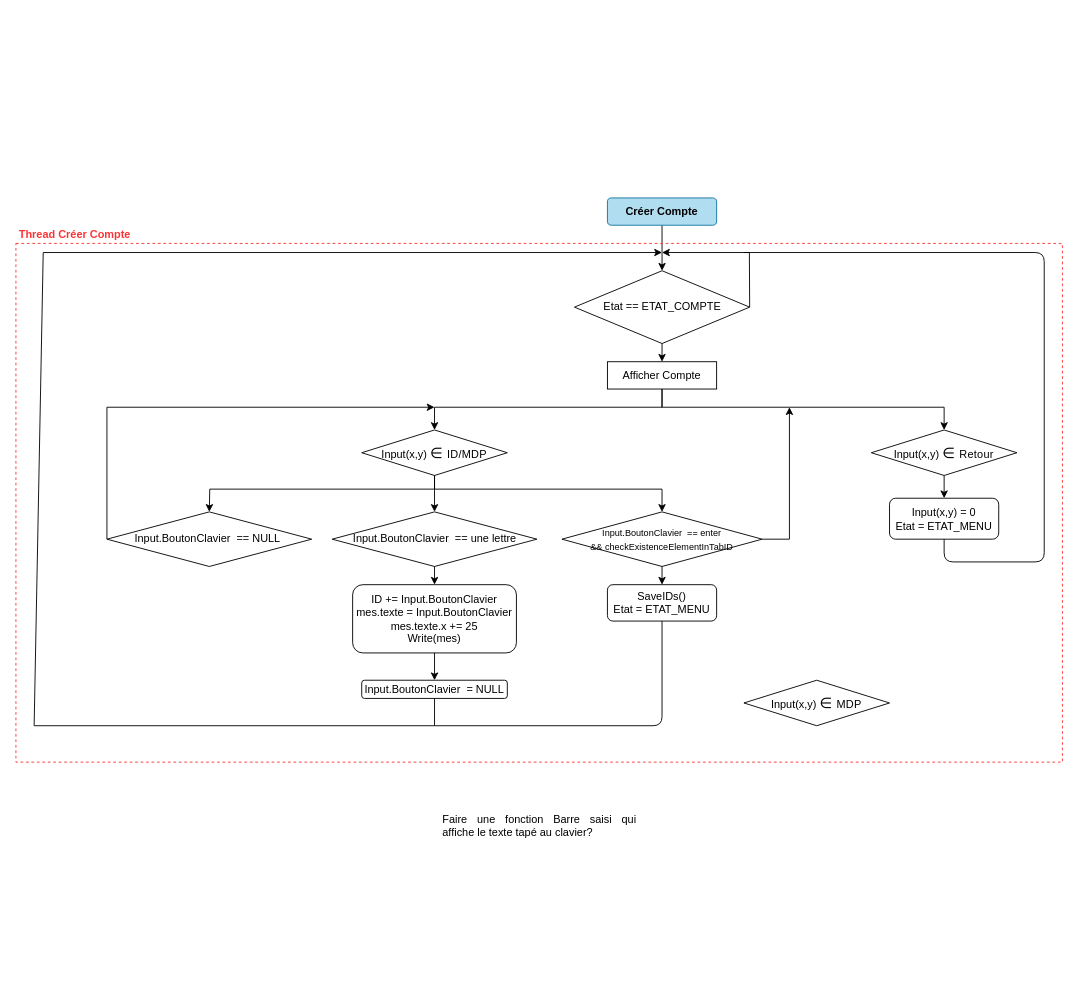
The draw.io diagram page "Créer Compte / Connection Thread" (3 of 6) of AffichageBottle.drawio in lucasmaisonnave/BottleV2, before the edit. Source tidied: cells renumbered, new cells numbered last; positions are measured from the earlier drawing's top-left corner, leaving out a move shared by most shapes. Both pictures are drawn from the tidied source at 91%, with x=0, y=0 at pixel (15, 197).
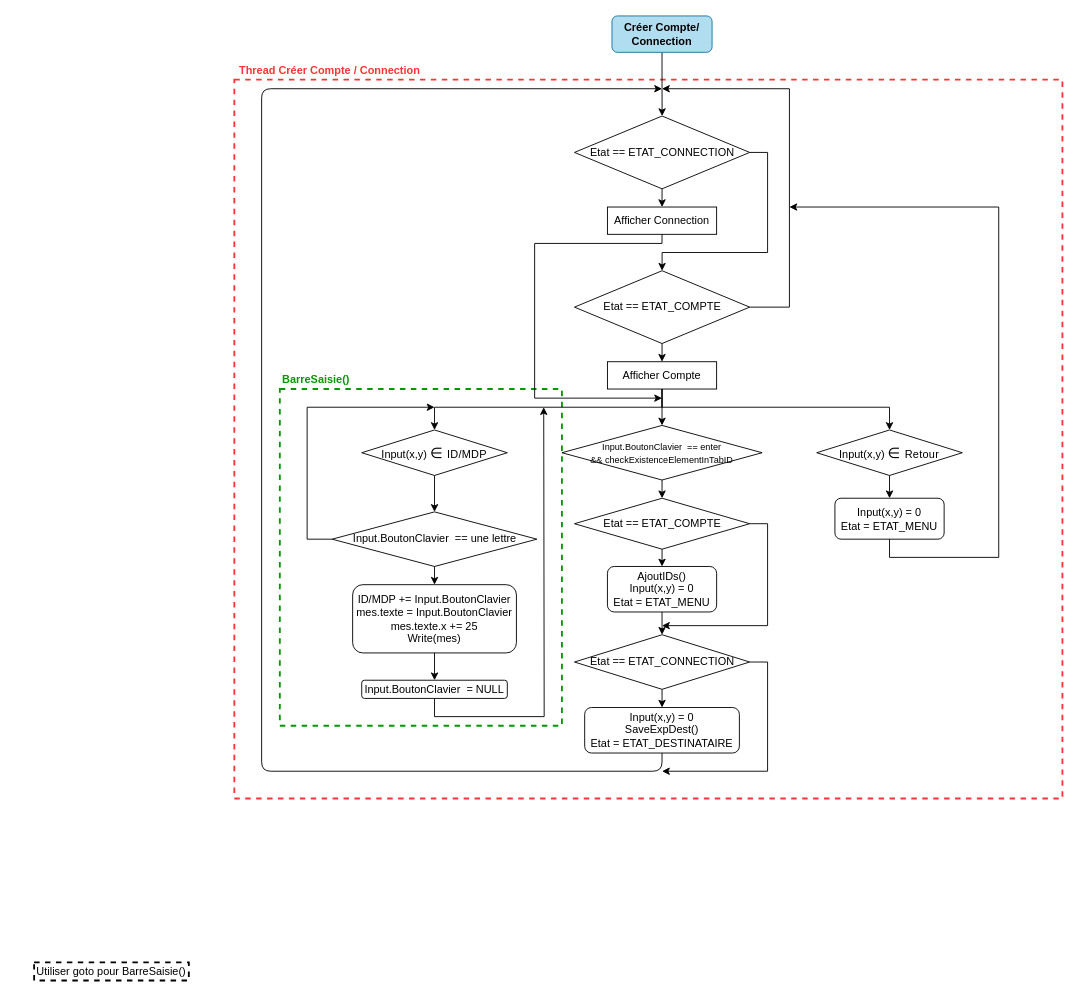
The same diagram, later.

Unchanged cells that the change refers to:
```xml
<mxCell id="5" value="&lt;font color=&quot;#000000&quot;&gt;Etat == ETAT_COMPTE&lt;/font&gt;" style="rhombus;whiteSpace=wrap;html=1;strokeColor=#000000;fillColor=none;gradientColor=none;fontColor=#FF3333;" parent="1" vertex="1">
  <mxGeometry x="613.8" y="80" width="192.5" height="80" as="geometry" />
</mxCell>
<mxCell id="10" value="Afficher Compte" style="rounded=0;whiteSpace=wrap;html=1;strokeColor=#000000;fillColor=none;gradientColor=none;fontColor=#000000;" parent="1" vertex="1">
  <mxGeometry x="650" y="180" width="120" height="30" as="geometry" />
</mxCell>
<mxCell id="19" value="&lt;font color=&quot;#000000&quot;&gt;Input(x,y)&amp;nbsp;&lt;/font&gt;&lt;span style=&quot;color: rgb(0 , 0 , 0) ; font-family: &amp;#34;open sans&amp;#34; ; font-size: 16px ; letter-spacing: 0.3px&quot;&gt;∈ &lt;/span&gt;&lt;span style=&quot;color: rgb(0 , 0 , 0) ; letter-spacing: 0.3px&quot;&gt;&lt;font style=&quot;font-size: 12px&quot;&gt;ID/MDP&lt;/font&gt;&lt;/span&gt;" style="rhombus;whiteSpace=wrap;html=1;strokeColor=#000000;fillColor=none;gradientColor=none;fontColor=#FF3333;" parent="1" vertex="1">
  <mxGeometry x="380" y="255" width="160" height="50" as="geometry" />
</mxCell>
<mxCell id="21" value="&lt;font color=&quot;#000000&quot;&gt;Input.BoutonClavier&amp;nbsp; == une lettre &lt;br&gt;&lt;/font&gt;" style="rhombus;whiteSpace=wrap;html=1;strokeColor=#000000;fillColor=none;gradientColor=none;fontColor=#FF3333;" parent="1" vertex="1">
  <mxGeometry x="347.5" y="345" width="225" height="60" as="geometry" />
</mxCell>
<mxCell id="29" value="Input.BoutonClavier&amp;nbsp; = NULL" style="rounded=1;whiteSpace=wrap;html=1;strokeColor=#000000;fillColor=none;gradientColor=none;fontColor=#000000;" parent="1" vertex="1">
  <mxGeometry x="380" y="530" width="160" height="20" as="geometry" />
</mxCell>
```

Change to the diagram source:
```diff
@@
+    <mxCell id="35" style="whiteSpace=wrap;html=1;dashed=1;fillColor=none;strokeColor=#FF3333;verticalAlign=middle;strokeWidth=2;" parent="1" vertex="1">
+      <mxGeometry x="240" y="-130" width="910" height="790" as="geometry" />
+    </mxCell>
+    <mxCell id="36" style="whiteSpace=wrap;html=1;dashed=1;fillColor=none;strokeColor=#009900;verticalAlign=middle;strokeWidth=2;" parent="1" vertex="1">
+      <mxGeometry x="290" y="210" width="310" height="370" as="geometry" />
+    </mxCell>
-    <mxCell id="2" value="Thread Créer Compte" style="text;html=1;strokeColor=none;fillColor=none;align=center;verticalAlign=middle;whiteSpace=wrap;rounded=0;fontStyle=1;fontColor=#FF3333;" parent="1" vertex="1">
-      <mxGeometry y="30" width="130" height="20" as="geometry" />
+    <mxCell id="2" value="Thread Créer Compte / Connection" style="text;html=1;strokeColor=none;fillColor=none;align=center;verticalAlign=middle;whiteSpace=wrap;rounded=0;fontStyle=1;fontColor=#FF3333;" parent="1" vertex="1">
+      <mxGeometry x="240" y="-150" width="210" height="20" as="geometry" />
     </mxCell>
@@
-    <mxCell id="4" style="edgeStyle=none;rounded=0;jettySize=auto;html=1;exitX=1;exitY=0.5;exitDx=0;exitDy=0;fontColor=#000000;" parent="1" edge="1" source="5">
-      <mxGeometry relative="1" as="geometry">
-        <mxPoint x="710" y="60" as="targetPoint" />
-        <Array as="points">
-          <mxPoint x="806" y="60" />
-        </Array>
-      </mxGeometry>
-    </mxCell>
+    <mxCell id="37" style="edgeStyle=orthogonalEdgeStyle;rounded=0;jettySize=auto;html=1;exitX=1;exitY=0.5;exitDx=0;exitDy=0;" parent="1" edge="1" source="5">
+      <mxGeometry relative="1" as="geometry">
+        <mxPoint x="710" y="-120" as="targetPoint" />
+        <Array as="points">
+          <mxPoint x="850" y="120" />
+          <mxPoint x="850" y="-120" />
+        </Array>
+      </mxGeometry>
+    </mxCell>
@@
-    <mxCell id="6" style="edgeStyle=none;rounded=0;jettySize=auto;html=1;exitX=0.5;exitY=1;exitDx=0;exitDy=0;entryX=0.5;entryY=0;entryDx=0;entryDy=0;fontColor=#000000;" parent="1" edge="1" source="7" target="5">
-      <mxGeometry relative="1" as="geometry" />
-    </mxCell>
+    <mxCell id="38" style="edgeStyle=orthogonalEdgeStyle;rounded=0;jettySize=auto;html=1;exitX=0.5;exitY=1;exitDx=0;exitDy=0;" parent="1" edge="1" source="7" target="49">
+      <mxGeometry relative="1" as="geometry" />
+    </mxCell>
-    <mxCell id="7" value="&lt;font color=&quot;#000000&quot;&gt;Créer Compte&lt;/font&gt;" style="rounded=1;whiteSpace=wrap;html=1;strokeColor=#10739e;fillColor=#b1ddf0;fontStyle=1;" parent="1" vertex="1">
-      <mxGeometry x="650" width="120" height="30" as="geometry" />
+    <mxCell id="7" value="&lt;font color=&quot;#000000&quot;&gt;Créer Compte/&lt;br&gt;Connection&lt;/font&gt;" style="rounded=1;whiteSpace=wrap;html=1;strokeColor=#10739e;fillColor=#b1ddf0;fontStyle=1;" parent="1" vertex="1">
+      <mxGeometry x="655" y="-200" width="110" height="40" as="geometry" />
     </mxCell>
@@
     <mxCell id="9" style="edgeStyle=none;rounded=0;jettySize=auto;html=1;exitX=0.5;exitY=1;exitDx=0;exitDy=0;entryX=0.5;entryY=0;entryDx=0;entryDy=0;fontColor=#000000;" parent="1" edge="1" source="10" target="12">
       <mxGeometry relative="1" as="geometry">
         <Array as="points">
           <mxPoint x="710" y="230" />
-          <mxPoint x="1020" y="230" />
+          <mxPoint x="960" y="230" />
         </Array>
       </mxGeometry>
     </mxCell>
+    <mxCell id="39" style="edgeStyle=orthogonalEdgeStyle;rounded=0;jettySize=auto;html=1;exitX=0.5;exitY=1;exitDx=0;exitDy=0;entryX=0.5;entryY=0;entryDx=0;entryDy=0;" parent="1" edge="1" source="10" target="26">
+      <mxGeometry relative="1" as="geometry" />
+    </mxCell>
@@
     <mxCell id="12" value="&lt;font color=&quot;#000000&quot;&gt;Input(x,y)&amp;nbsp;&lt;/font&gt;&lt;span style=&quot;color: rgb(0 , 0 , 0) ; font-family: &amp;#34;open sans&amp;#34; ; font-size: 16px ; letter-spacing: 0.3px&quot;&gt;∈ &lt;/span&gt;&lt;span style=&quot;color: rgb(0 , 0 , 0) ; letter-spacing: 0.3px&quot;&gt;&lt;font style=&quot;font-size: 12px&quot;&gt;Retour&lt;/font&gt;&lt;/span&gt;" style="rhombus;whiteSpace=wrap;html=1;strokeColor=#000000;fillColor=none;gradientColor=none;fontColor=#FF3333;" parent="1" vertex="1">
-      <mxGeometry x="940" y="255" width="160" height="50" as="geometry" />
+      <mxGeometry x="880" y="255" width="160" height="50" as="geometry" />
     </mxCell>
+    <mxCell id="40" style="edgeStyle=orthogonalEdgeStyle;rounded=0;jettySize=auto;html=1;exitX=0.5;exitY=1;exitDx=0;exitDy=0;" parent="1" edge="1" source="13">
+      <mxGeometry relative="1" as="geometry">
+        <mxPoint x="850" y="10" as="targetPoint" />
+        <Array as="points">
+          <mxPoint x="960" y="395" />
+          <mxPoint x="1080" y="395" />
+          <mxPoint x="1080" y="10" />
+        </Array>
+      </mxGeometry>
+    </mxCell>
     <mxCell id="13" value="Input(x,y) = 0&lt;br&gt;Etat = ETAT_MENU" style="rounded=1;whiteSpace=wrap;html=1;strokeColor=#000000;fillColor=none;gradientColor=none;fontColor=#000000;" parent="1" vertex="1">
-      <mxGeometry x="960" y="330" width="120" height="45" as="geometry" />
+      <mxGeometry x="900" y="330" width="120" height="45" as="geometry" />
     </mxCell>
-    <mxCell id="14" value="&lt;div style=&quot;text-align: justify&quot;&gt;Faire une fonction Barre saisi qui affiche le texte tapé au clavier?&lt;/div&gt;" style="text;html=1;strokeColor=none;fillColor=none;align=center;verticalAlign=middle;whiteSpace=wrap;rounded=0;fontColor=#000000;" parent="1" vertex="1">
-      <mxGeometry x="467.5" y="630" width="215" height="120" as="geometry" />
-    </mxCell>
-    <mxCell id="15" value="&lt;font color=&quot;#000000&quot;&gt;Input(x,y)&amp;nbsp;&lt;/font&gt;&lt;span style=&quot;color: rgb(0 , 0 , 0) ; font-family: &amp;#34;open sans&amp;#34; ; font-size: 16px ; letter-spacing: 0.3px&quot;&gt;∈ &lt;/span&gt;&lt;span style=&quot;color: rgb(0 , 0 , 0) ; letter-spacing: 0.3px&quot;&gt;&lt;font style=&quot;font-size: 12px&quot;&gt;MDP&lt;/font&gt;&lt;/span&gt;" style="rhombus;whiteSpace=wrap;html=1;strokeColor=#000000;fillColor=none;gradientColor=none;fontColor=#FF3333;" parent="1" vertex="1">
-      <mxGeometry x="800" y="530" width="160" height="50" as="geometry" />
-    </mxCell>
@@
-    <mxCell id="17" style="edgeStyle=none;rounded=0;jettySize=auto;html=1;exitX=0.5;exitY=1;exitDx=0;exitDy=0;entryX=0.5;entryY=0;entryDx=0;entryDy=0;fontColor=#000000;" parent="1" edge="1" source="19" target="26">
-      <mxGeometry relative="1" as="geometry">
-        <Array as="points">
-          <mxPoint x="460" y="320" />
-          <mxPoint x="710" y="320" />
-        </Array>
-      </mxGeometry>
-    </mxCell>
-    <mxCell id="18" style="edgeStyle=none;rounded=0;jettySize=auto;html=1;exitX=0.5;exitY=1;exitDx=0;exitDy=0;entryX=0.5;entryY=0;entryDx=0;entryDy=0;fontColor=#000000;" parent="1" edge="1" source="19" target="31">
-      <mxGeometry relative="1" as="geometry">
-        <Array as="points">
-          <mxPoint x="460" y="320" />
-          <mxPoint x="213" y="320" />
-        </Array>
-      </mxGeometry>
-    </mxCell>
@@
-    <mxCell id="23" value="ID += Input.BoutonClavier&lt;br&gt;mes.texte = Input.BoutonClavier&lt;br&gt;mes.texte.x += 25&lt;br&gt;Write(mes)" style="rounded=1;whiteSpace=wrap;html=1;strokeColor=#000000;fillColor=none;gradientColor=none;fontColor=#000000;align=center;" parent="1" vertex="1">
+    <mxCell id="23" value="ID/MDP += Input.BoutonClavier&lt;br&gt;mes.texte = Input.BoutonClavier&lt;br&gt;mes.texte.x += 25&lt;br&gt;Write(mes)" style="rounded=1;whiteSpace=wrap;html=1;strokeColor=#000000;fillColor=none;gradientColor=none;fontColor=#000000;align=center;" parent="1" vertex="1">
       <mxGeometry x="370" y="425" width="180" height="75" as="geometry" />
     </mxCell>
-    <mxCell id="24" style="edgeStyle=none;rounded=0;jettySize=auto;html=1;exitX=0.5;exitY=1;exitDx=0;exitDy=0;entryX=0.5;entryY=0;entryDx=0;entryDy=0;fontColor=#000000;" parent="1" edge="1" source="26" target="27">
-      <mxGeometry relative="1" as="geometry" />
-    </mxCell>
-    <mxCell id="25" style="edgeStyle=none;rounded=0;jettySize=auto;html=1;exitX=1;exitY=0.5;exitDx=0;exitDy=0;fontColor=#000000;" parent="1" edge="1" source="26">
-      <mxGeometry relative="1" as="geometry">
-        <mxPoint x="850" y="230" as="targetPoint" />
-        <Array as="points">
-          <mxPoint x="850" y="375" />
-        </Array>
-      </mxGeometry>
-    </mxCell>
+    <mxCell id="41" style="edgeStyle=orthogonalEdgeStyle;rounded=0;jettySize=auto;html=1;exitX=0.5;exitY=1;exitDx=0;exitDy=0;entryX=0.5;entryY=0;entryDx=0;entryDy=0;" parent="1" edge="1" source="26" target="57">
+      <mxGeometry relative="1" as="geometry" />
+    </mxCell>
     <mxCell id="26" value="&lt;font style=&quot;font-size: 10px&quot;&gt;&lt;font color=&quot;#000000&quot;&gt;Input.BoutonClavier&amp;nbsp; == enter&lt;br&gt;&amp;amp;&amp;amp;&amp;nbsp;&lt;/font&gt;&lt;span&gt;&lt;font color=&quot;#000000&quot;&gt;checkExistenceElementInTabID&lt;/font&gt;&lt;/span&gt;&lt;/font&gt;&lt;font color=&quot;#000000&quot;&gt;&lt;br&gt;&lt;/font&gt;" style="rhombus;whiteSpace=wrap;html=1;strokeColor=#000000;fillColor=none;gradientColor=none;fontColor=#FF3333;" parent="1" vertex="1">
-      <mxGeometry x="600" y="345" width="220" height="60" as="geometry" />
+      <mxGeometry x="600" y="250" width="220" height="60" as="geometry" />
     </mxCell>
+    <mxCell id="42" style="edgeStyle=orthogonalEdgeStyle;rounded=0;jettySize=auto;html=1;exitX=0.5;exitY=1;exitDx=0;exitDy=0;entryX=0.5;entryY=0;entryDx=0;entryDy=0;" parent="1" edge="1" source="27" target="54">
+      <mxGeometry relative="1" as="geometry" />
+    </mxCell>
-    <mxCell id="27" value="SaveIDs()&lt;br&gt;Etat = ETAT_MENU" style="rounded=1;whiteSpace=wrap;html=1;strokeColor=#000000;fillColor=none;gradientColor=none;fontColor=#000000;" parent="1" vertex="1">
-      <mxGeometry x="650" y="425" width="120" height="40" as="geometry" />
+    <mxCell id="27" value="AjoutIDs()&lt;br&gt;Input(x,y) = 0&lt;br&gt;Etat = ETAT_MENU" style="rounded=1;whiteSpace=wrap;html=1;strokeColor=#000000;fillColor=none;gradientColor=none;fontColor=#000000;" parent="1" vertex="1">
+      <mxGeometry x="650" y="405" width="120" height="50" as="geometry" />
     </mxCell>
-    <mxCell id="28" style="edgeStyle=none;rounded=0;jettySize=auto;html=1;exitX=0.5;exitY=1;exitDx=0;exitDy=0;fontColor=#000000;" parent="1" edge="1" source="29">
-      <mxGeometry relative="1" as="geometry">
-        <mxPoint x="710" y="60" as="targetPoint" />
-        <Array as="points">
-          <mxPoint x="460" y="580" />
-          <mxPoint x="20" y="580" />
-          <mxPoint x="30" y="60" />
-        </Array>
-      </mxGeometry>
-    </mxCell>
+    <mxCell id="43" style="edgeStyle=orthogonalEdgeStyle;rounded=0;jettySize=auto;html=1;exitX=0.5;exitY=1;exitDx=0;exitDy=0;" parent="1" edge="1" source="29">
+      <mxGeometry relative="1" as="geometry">
+        <mxPoint x="580" y="230" as="targetPoint" />
+      </mxGeometry>
+    </mxCell>
@@
-    <mxCell id="30" style="edgeStyle=none;rounded=0;jettySize=auto;html=1;exitX=0;exitY=0.5;exitDx=0;exitDy=0;fontColor=#000000;" parent="1" edge="1" source="31">
+    <mxCell id="30" style="edgeStyle=none;rounded=0;jettySize=auto;html=1;exitX=0;exitY=0.5;exitDx=0;exitDy=0;fontColor=#000000;" parent="1" edge="1" source="21">
       <mxGeometry relative="1" as="geometry">
         <mxPoint x="460" y="230" as="targetPoint" />
         <Array as="points">
-          <mxPoint x="100" y="230" />
+          <mxPoint x="320" y="375" />
+          <mxPoint x="320" y="230" />
         </Array>
       </mxGeometry>
     </mxCell>
-    <mxCell id="31" value="&lt;font color=&quot;#000000&quot;&gt;Input.BoutonClavier&amp;nbsp; == NULL&amp;nbsp;&lt;br&gt;&lt;/font&gt;" style="rhombus;whiteSpace=wrap;html=1;strokeColor=#000000;fillColor=none;gradientColor=none;fontColor=#FF3333;" parent="1" vertex="1">
-      <mxGeometry x="100" y="345" width="225" height="60" as="geometry" />
-    </mxCell>
-    <mxCell id="32" style="endArrow=none;html=1;fontColor=#000000;entryX=0.5;entryY=1;entryDx=0;entryDy=0;" parent="1" edge="1" target="27">
-      <mxGeometry relative="1" as="geometry">
-        <mxPoint x="460" y="580" as="sourcePoint" />
-        <Array as="points">
-          <mxPoint x="710" y="580" />
-        </Array>
-      </mxGeometry>
-    </mxCell>
-    <mxCell id="33" style="endArrow=none;html=1;fontColor=#000000;entryX=0.5;entryY=1;entryDx=0;entryDy=0;" parent="1" edge="1" target="13">
-      <mxGeometry relative="1" as="geometry">
-        <mxPoint x="800" y="60" as="sourcePoint" />
-        <Array as="points">
-          <mxPoint x="1130" y="60" />
-          <mxPoint x="1130" y="400" />
-          <mxPoint x="1020" y="400" />
-        </Array>
-      </mxGeometry>
-    </mxCell>
-    <mxCell id="34" style="whiteSpace=wrap;html=1;dashed=1;fillColor=none;strokeColor=#FF3333;" parent="1" vertex="1">
-      <mxGeometry y="50" width="1150" height="570" as="geometry" />
-    </mxCell>
+    <mxCell id="44" value="&lt;font color=&quot;#009900&quot;&gt;&lt;b&gt;BarreSaisie()&lt;/b&gt;&lt;/font&gt;" style="text;html=1;strokeColor=none;fillColor=none;align=center;verticalAlign=middle;whiteSpace=wrap;rounded=0;" parent="1" vertex="1">
+      <mxGeometry x="290" y="190" width="80" height="20" as="geometry" />
+    </mxCell>
+    <mxCell id="45" style="endArrow=classic;html=1;exitX=0.5;exitY=1;exitDx=0;exitDy=0;" parent="1" edge="1" source="58">
+      <mxGeometry relative="1" as="geometry">
+        <mxPoint x="710" y="-120" as="targetPoint" />
+        <Array as="points">
+          <mxPoint x="710" y="630" />
+          <mxPoint x="270" y="630" />
+          <mxPoint x="270" y="-120" />
+        </Array>
+      </mxGeometry>
+    </mxCell>
+    <mxCell id="46" value="Utiliser goto pour BarreSaisie()" style="text;html=1;strokeColor=#000000;fillColor=none;align=center;verticalAlign=middle;whiteSpace=wrap;rounded=0;dashed=1;strokeWidth=2;" parent="1" vertex="1">
+      <mxGeometry x="20" y="840" width="170" height="20" as="geometry" />
+    </mxCell>
+    <mxCell id="47" style="edgeStyle=orthogonalEdgeStyle;rounded=0;jettySize=auto;html=1;exitX=0.5;exitY=1;exitDx=0;exitDy=0;entryX=0.5;entryY=0;entryDx=0;entryDy=0;" parent="1" edge="1" source="49" target="51">
+      <mxGeometry relative="1" as="geometry" />
+    </mxCell>
+    <mxCell id="48" style="edgeStyle=orthogonalEdgeStyle;rounded=0;jettySize=auto;html=1;exitX=1;exitY=0.5;exitDx=0;exitDy=0;entryX=0.5;entryY=0;entryDx=0;entryDy=0;" parent="1" edge="1" source="49" target="5">
+      <mxGeometry relative="1" as="geometry">
+        <Array as="points">
+          <mxPoint x="826" y="-50" />
+          <mxPoint x="826" y="60" />
+          <mxPoint x="710" y="60" />
+        </Array>
+      </mxGeometry>
+    </mxCell>
+    <mxCell id="49" value="&lt;font color=&quot;#000000&quot;&gt;Etat == ETAT_CONNECTION&lt;/font&gt;" style="rhombus;whiteSpace=wrap;html=1;strokeColor=#000000;fillColor=none;gradientColor=none;fontColor=#FF3333;" parent="1" vertex="1">
+      <mxGeometry x="613.8" y="-90" width="192.5" height="80" as="geometry" />
+    </mxCell>
+    <mxCell id="50" style="edgeStyle=orthogonalEdgeStyle;rounded=0;jettySize=auto;html=1;exitX=0.5;exitY=1;exitDx=0;exitDy=0;" parent="1" edge="1" source="51">
+      <mxGeometry relative="1" as="geometry">
+        <mxPoint x="710" y="220" as="targetPoint" />
+        <Array as="points">
+          <mxPoint x="710" y="50" />
+          <mxPoint x="570" y="50" />
+          <mxPoint x="570" y="220" />
+        </Array>
+      </mxGeometry>
+    </mxCell>
+    <mxCell id="51" value="Afficher Connection" style="rounded=0;whiteSpace=wrap;html=1;strokeColor=#000000;fillColor=none;gradientColor=none;fontColor=#000000;" parent="1" vertex="1">
+      <mxGeometry x="650" y="10" width="120" height="30" as="geometry" />
+    </mxCell>
+    <mxCell id="52" style="edgeStyle=orthogonalEdgeStyle;rounded=0;jettySize=auto;html=1;exitX=0.5;exitY=1;exitDx=0;exitDy=0;entryX=0.5;entryY=0;entryDx=0;entryDy=0;" parent="1" edge="1" source="54" target="58">
+      <mxGeometry relative="1" as="geometry" />
+    </mxCell>
+    <mxCell id="53" style="edgeStyle=orthogonalEdgeStyle;rounded=0;jettySize=auto;html=1;exitX=1;exitY=0.5;exitDx=0;exitDy=0;" parent="1" edge="1" source="54">
+      <mxGeometry relative="1" as="geometry">
+        <mxPoint x="710" y="630" as="targetPoint" />
+        <Array as="points">
+          <mxPoint x="826" y="510" />
+          <mxPoint x="826" y="630" />
+        </Array>
+      </mxGeometry>
+    </mxCell>
+    <mxCell id="54" value="&lt;font color=&quot;#000000&quot;&gt;Etat == ETAT_CONNECTION&lt;/font&gt;" style="rhombus;whiteSpace=wrap;html=1;strokeColor=#000000;fillColor=none;gradientColor=none;fontColor=#FF3333;" parent="1" vertex="1">
+      <mxGeometry x="613.8" y="480" width="192.5" height="60" as="geometry" />
+    </mxCell>
+    <mxCell id="55" style="edgeStyle=orthogonalEdgeStyle;rounded=0;jettySize=auto;html=1;exitX=0.5;exitY=1;exitDx=0;exitDy=0;entryX=0.5;entryY=0;entryDx=0;entryDy=0;" parent="1" edge="1" source="57" target="27">
+      <mxGeometry relative="1" as="geometry" />
+    </mxCell>
+    <mxCell id="56" style="edgeStyle=orthogonalEdgeStyle;rounded=0;jettySize=auto;html=1;exitX=1;exitY=0.5;exitDx=0;exitDy=0;" parent="1" edge="1" source="57">
+      <mxGeometry relative="1" as="geometry">
+        <mxPoint x="710" y="470" as="targetPoint" />
+        <Array as="points">
+          <mxPoint x="826" y="358" />
+          <mxPoint x="826" y="470" />
+        </Array>
+      </mxGeometry>
+    </mxCell>
+    <mxCell id="57" value="&lt;font color=&quot;#000000&quot;&gt;Etat == ETAT_COMPTE&lt;/font&gt;" style="rhombus;whiteSpace=wrap;html=1;strokeColor=#000000;fillColor=none;gradientColor=none;fontColor=#FF3333;" parent="1" vertex="1">
+      <mxGeometry x="613.8" y="330" width="192.5" height="56" as="geometry" />
+    </mxCell>
+    <mxCell id="58" value="Input(x,y) = 0&lt;br&gt;SaveExpDest()&lt;br&gt;Etat = ETAT_DESTINATAIRE" style="rounded=1;whiteSpace=wrap;html=1;strokeColor=#000000;fillColor=none;gradientColor=none;fontColor=#000000;" parent="1" vertex="1">
+      <mxGeometry x="625" y="560" width="170" height="50" as="geometry" />
+    </mxCell>
```
